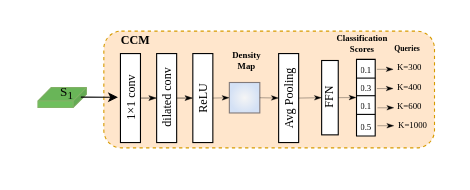
Earlier version of the draw.io diagram DrawIO_file/流程图/分类计数器模块.drawio (DingDongZz/typera_PicGO). Source tidied: cells renumbered, new cells numbered last; positions are measured from the earlier drawing's top-left corner, leaving out a move shared by most shapes. Both pictures are drawn from the tidied source at 110%, with x=0, y=0 at pixel (19, 21).
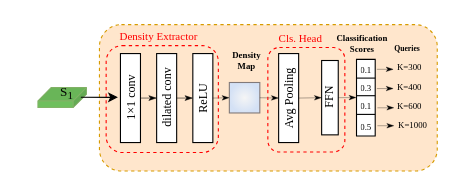
Above is the later version.

Commit message (it also covers changes not shown here):
更新分类计数器模块.drawio

Diff of the diagram source:
```diff
@@
-    <mxCell id="2" style="group;fontFamily=Times New Roman;" parent="1" vertex="1">
-      <mxGeometry y="2.7" width="388" height="112.2" as="geometry" />
-    </mxCell>
-    <mxCell id="3" style="shape=cube;whiteSpace=wrap;html=1;boundedLbl=1;backgroundOutline=1;darkOpacity=0.05;darkOpacity2=0.1;size=12;fillStyle=solid;flipH=1;spacingTop=-1;spacingLeft=0;spacing=2;fillColor=light-dark(#6fbf5d, #0c2100);strokeColor=#82b366;fontFamily=Times New Roman;" parent="2" vertex="1">
-      <mxGeometry x="17" y="57.5" width="44" height="18" as="geometry" />
+    <mxCell id="3" style="shape=cube;whiteSpace=wrap;html=1;boundedLbl=1;backgroundOutline=1;darkOpacity=0.05;darkOpacity2=0.1;size=12;fillStyle=solid;flipH=1;spacingTop=-1;spacingLeft=0;spacing=2;fillColor=light-dark(#6fbf5d, #0c2100);strokeColor=#82b366;fontFamily=Times New Roman;" parent="1" vertex="1">
+      <mxGeometry x="17" y="60.2" width="44" height="18" as="geometry" />
     </mxCell>
-    <mxCell id="4" style="rounded=1;whiteSpace=wrap;html=1;fontFamily=Times New Roman;fillColor=#ffe6cc;strokeColor=#d79b00;dashed=1;" parent="2" vertex="1">
-      <mxGeometry x="76.9" y="6.1" width="300.6" height="106.1" as="geometry" />
+    <mxCell id="4" style="rounded=1;whiteSpace=wrap;html=1;fontFamily=Times New Roman;fillColor=#ffe6cc;strokeColor=#d79b00;dashed=1;" parent="1" vertex="1">
+      <mxGeometry x="72.9" y="2.9" width="307.1" height="133.1" as="geometry" />
     </mxCell>
-    <mxCell id="5" style="group;fontFamily=Times New Roman;" parent="2" vertex="1">
-      <mxGeometry x="86.2" y="12" width="263.3" height="97.9" as="geometry" />
+    <mxCell id="5" style="group;fontFamily=Times New Roman;" parent="1" vertex="1">
+      <mxGeometry x="86.2" y="14.7" width="263.3" height="97.9" as="geometry" />
     </mxCell>
@@
-    <mxCell id="7" value="&lt;b&gt;&lt;font&gt;CCM&lt;/font&gt;&lt;/b&gt;" style="text;html=1;align=center;verticalAlign=middle;whiteSpace=wrap;rounded=0;fontFamily=Times New Roman;fontSize=11;fontColor=default;labelBackgroundColor=none;" parent="5" vertex="1">
-      <mxGeometry x="-15.4" y="-14.9" width="69.9" height="35" as="geometry" />
-    </mxCell>
+    <mxCell id="43" value="Density Extractor" style="text;html=1;align=center;verticalAlign=middle;whiteSpace=wrap;rounded=0;fontColor=#FF0000;fontFamily=Times New Roman;fontSize=10;" parent="5" vertex="1">
+      <mxGeometry x="-14.2" y="-17.2" width="110" height="30" as="geometry" />
+    </mxCell>
+    <mxCell id="44" value="Cls. Head" style="text;html=1;align=center;verticalAlign=middle;whiteSpace=wrap;rounded=0;fontColor=#FF0000;fontFamily=Times New Roman;fontSize=10;" parent="5" vertex="1">
+      <mxGeometry x="114.8" y="-15.2" width="110" height="30" as="geometry" />
+    </mxCell>
-    <mxCell id="8" value="&lt;font style=&quot;font-size: 8px;&quot;&gt;&lt;b style=&quot;&quot;&gt;Classification &lt;br&gt;Scores&lt;/b&gt;&lt;/font&gt;" style="text;html=1;align=center;verticalAlign=middle;whiteSpace=wrap;rounded=0;fontFamily=Times New Roman;fontSize=6;fontColor=default;labelBackgroundColor=none;" parent="2" vertex="1">
-      <mxGeometry x="277.3" width="69.9" height="35" as="geometry" />
+    <mxCell id="8" value="&lt;font style=&quot;font-size: 8px;&quot;&gt;&lt;b style=&quot;&quot;&gt;Classification &lt;br&gt;Scores&lt;/b&gt;&lt;/font&gt;" style="text;html=1;align=center;verticalAlign=middle;whiteSpace=wrap;rounded=0;fontFamily=Times New Roman;fontSize=6;fontColor=default;labelBackgroundColor=none;" parent="1" vertex="1">
+      <mxGeometry x="277.3" y="2.7" width="69.9" height="35" as="geometry" />
     </mxCell>
-    <mxCell id="9" value="&lt;font style=&quot;font-size: 7px;&quot;&gt;&lt;b style=&quot;&quot;&gt;Queries&lt;/b&gt;&lt;/font&gt;" style="text;html=1;align=center;verticalAlign=middle;whiteSpace=wrap;rounded=0;fontFamily=Times New Roman;fontSize=6;fontColor=default;labelBackgroundColor=none;" parent="2" vertex="1">
-      <mxGeometry x="318.1" y="5" width="69.9" height="35" as="geometry" />
+    <mxCell id="9" value="&lt;font style=&quot;font-size: 7px;&quot;&gt;&lt;b style=&quot;&quot;&gt;Queries&lt;/b&gt;&lt;/font&gt;" style="text;html=1;align=center;verticalAlign=middle;whiteSpace=wrap;rounded=0;fontFamily=Times New Roman;fontSize=6;fontColor=default;labelBackgroundColor=none;" parent="1" vertex="1">
+      <mxGeometry x="318.1" y="7.7" width="69.9" height="35" as="geometry" />
     </mxCell>
-    <mxCell id="10" style="group;fontFamily=Times New Roman;" parent="2" vertex="1">
-      <mxGeometry x="92" y="26.5" width="231.6" height="80.9" as="geometry" />
+    <mxCell id="10" style="group;fontFamily=Times New Roman;" parent="1" vertex="1">
+      <mxGeometry x="92" y="29.2" width="231.6" height="102.8" as="geometry" />
     </mxCell>
@@
+    <mxCell id="45" style="rounded=1;whiteSpace=wrap;html=1;fillColor=none;dashed=1;strokeColor=#FF0000;" parent="10" vertex="1">
+      <mxGeometry x="-13" y="-7.2" width="102" height="97.2" as="geometry" />
+    </mxCell>
-    <mxCell id="32" style="group;fontFamily=Times New Roman;" parent="2" vertex="1">
-      <mxGeometry x="316.7" y="24.8" width="70.4" height="81.4" as="geometry" />
+    <mxCell id="32" style="group;fontFamily=Times New Roman;" parent="1" vertex="1">
+      <mxGeometry x="316.7" y="27.5" width="70.4" height="81.4" as="geometry" />
     </mxCell>
@@
-    <mxCell id="41" style="endArrow=classic;html=1;rounded=0;exitX=0;exitY=0;exitDx=20.5;exitDy=29.5;exitPerimeter=0;entryX=0;entryY=0.5;entryDx=0;entryDy=0;fontFamily=Times New Roman;" parent="2" edge="1">
+    <mxCell id="41" style="endArrow=classic;html=1;rounded=0;exitX=0;exitY=0;exitDx=20.5;exitDy=29.5;exitPerimeter=0;entryX=0;entryY=0.5;entryDx=0;entryDy=0;fontFamily=Times New Roman;" parent="1" edge="1">
       <mxGeometry relative="1" as="geometry">
-        <mxPoint x="56" y="66.1" as="sourcePoint" />
-        <mxPoint x="89.7" y="66.3" as="targetPoint" />
+        <mxPoint x="56" y="68.9" as="sourcePoint" />
+        <mxPoint x="89.7" y="69" as="targetPoint" />
       </mxGeometry>
     </mxCell>
-    <mxCell id="42" value="S&lt;sub&gt;1&lt;/sub&gt;" style="text;html=1;align=center;verticalAlign=middle;whiteSpace=wrap;rounded=0;fontFamily=Times New Roman;" parent="2" vertex="1">
-      <mxGeometry x="15" y="48.5" width="57.1" height="26.7" as="geometry" />
+    <mxCell id="42" value="S&lt;sub&gt;1&lt;/sub&gt;" style="text;html=1;align=center;verticalAlign=middle;whiteSpace=wrap;rounded=0;fontFamily=Times New Roman;" parent="1" vertex="1">
+      <mxGeometry x="15" y="51.2" width="57.1" height="26.7" as="geometry" />
     </mxCell>
+    <mxCell id="46" style="rounded=1;whiteSpace=wrap;html=1;fillColor=none;dashed=1;strokeColor=#FF0000;" parent="1" vertex="1">
+      <mxGeometry x="226" y="23.7" width="70" height="95" as="geometry" />
+    </mxCell>
```
